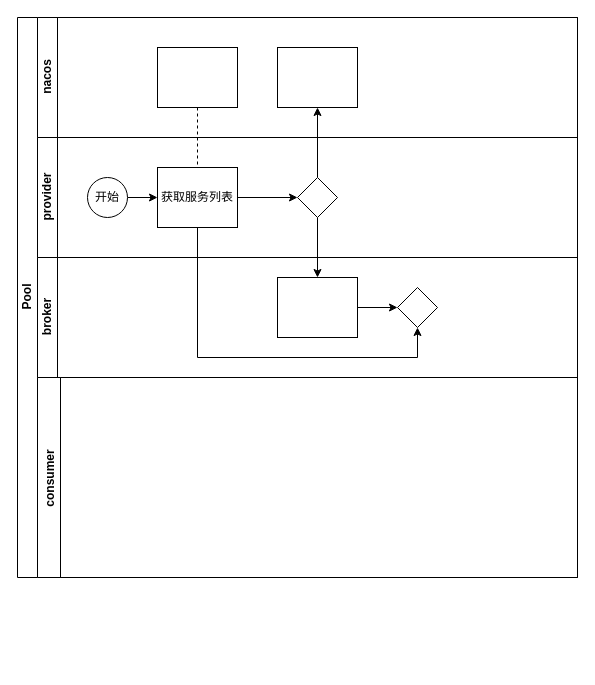
The draw.io diagram econage/未命名绘图.drawio in SoulBiuBiuBiu/Notebook, before the edit. Source tidied: cells renumbered, new cells numbered last; positions are measured from the earlier drawing's top-left corner, leaving out a move shared by most shapes. Both pictures are drawn from the tidied source at 100%, with x=0, y=0 at pixel (17, 17).
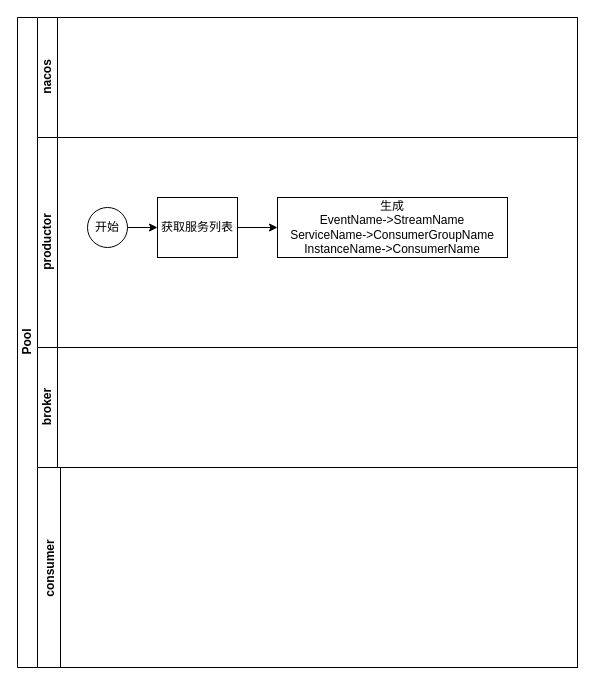
The same diagram, later.

Commit message:
更新未命名绘图.drawio

Unchanged cells that the change refers to:
```xml
<mxCell id="7" value="nacos" style="swimlane;html=1;startSize=20;horizontal=0;" parent="2" vertex="1">
  <mxGeometry x="20" width="540" height="120" as="geometry" />
</mxCell>
```

Diff of the diagram source:
```diff
@@
     <mxCell id="2" value="Pool" style="swimlane;html=1;horizontal=0;startSize=20;" parent="1" vertex="1">
-      <mxGeometry width="560" height="560" as="geometry" />
+      <mxGeometry width="560" height="650" as="geometry" />
     </mxCell>
-    <mxCell id="3" style="edgeStyle=orthogonalEdgeStyle;rounded=0;jettySize=auto;html=1;dashed=1;endArrow=none;endFill=0;" parent="2" edge="1" source="8" target="12">
-      <mxGeometry relative="1" as="geometry" />
-    </mxCell>
-    <mxCell id="4" style="edgeStyle=orthogonalEdgeStyle;rounded=0;jettySize=auto;html=1;endArrow=classic;endFill=1;" parent="2" edge="1" source="13" target="9">
-      <mxGeometry relative="1" as="geometry" />
-    </mxCell>
-    <mxCell id="5" style="edgeStyle=orthogonalEdgeStyle;rounded=0;jettySize=auto;html=1;endArrow=classic;endFill=1;" parent="2" edge="1" source="13" target="18">
-      <mxGeometry relative="1" as="geometry" />
-    </mxCell>
-    <mxCell id="6" style="edgeStyle=orthogonalEdgeStyle;rounded=0;jettySize=auto;html=1;endArrow=classic;endFill=1;" parent="2" edge="1" source="12" target="19">
-      <mxGeometry relative="1" as="geometry">
-        <Array as="points">
-          <mxPoint x="180" y="340" />
-          <mxPoint x="400" y="340" />
-        </Array>
-      </mxGeometry>
-    </mxCell>
@@
-    <mxCell id="8" style="rounded=0;whiteSpace=wrap;html=1;fontFamily=Helvetica;fontSize=12;fontColor=#000000;align=center;" parent="7" vertex="1">
-      <mxGeometry x="120" y="30" width="80" height="60" as="geometry" />
-    </mxCell>
-    <mxCell id="9" style="rounded=0;whiteSpace=wrap;html=1;fontFamily=Helvetica;fontSize=12;fontColor=#000000;align=center;" parent="7" vertex="1">
-      <mxGeometry x="240" y="30" width="80" height="60" as="geometry" />
-    </mxCell>
-    <mxCell id="10" value="provider" style="swimlane;html=1;startSize=20;horizontal=0;" parent="2" vertex="1">
-      <mxGeometry x="20" y="120" width="540" height="120" as="geometry" />
+    <mxCell id="10" value="productor" style="swimlane;html=1;startSize=20;horizontal=0;" parent="2" vertex="1">
+      <mxGeometry x="20" y="120" width="540" height="210" as="geometry" />
     </mxCell>
-    <mxCell id="11" style="edgeStyle=orthogonalEdgeStyle;rounded=0;jettySize=auto;html=1;endArrow=classic;endFill=1;" parent="10" edge="1" source="12" target="13">
-      <mxGeometry relative="1" as="geometry" />
-    </mxCell>
+    <mxCell id="21" style="edgeStyle=orthogonalEdgeStyle;rounded=0;jettySize=auto;html=1;exitX=1;exitY=0.5;exitDx=0;exitDy=0;entryX=0;entryY=0.5;entryDx=0;entryDy=0;" parent="10" edge="1" source="12" target="22">
+      <mxGeometry relative="1" as="geometry" />
+    </mxCell>
     <mxCell id="12" value="获取服务列表" style="rounded=0;whiteSpace=wrap;html=1;fontFamily=Helvetica;fontSize=12;fontColor=#000000;align=center;" parent="10" vertex="1">
-      <mxGeometry x="120" y="30" width="80" height="60" as="geometry" />
+      <mxGeometry x="120" y="60" width="80" height="60" as="geometry" />
     </mxCell>
-    <mxCell id="13" style="rhombus;whiteSpace=wrap;html=1;fontFamily=Helvetica;fontSize=12;fontColor=#000000;align=center;" parent="10" vertex="1">
-      <mxGeometry x="260" y="40" width="40" height="40" as="geometry" />
-    </mxCell>
@@
     <mxCell id="15" value="开始" style="ellipse;whiteSpace=wrap;html=1;" parent="10" vertex="1">
-      <mxGeometry x="50" y="40" width="40" height="40" as="geometry" />
+      <mxGeometry x="50" y="70" width="40" height="40" as="geometry" />
     </mxCell>
+    <mxCell id="22" value="生成&lt;br&gt;EventName-&amp;gt;StreamName&lt;br&gt;ServiceName-&amp;gt;ConsumerGroupName&lt;br&gt;InstanceName-&amp;gt;ConsumerName" style="rounded=0;whiteSpace=wrap;html=1;fontFamily=Helvetica;fontSize=12;fontColor=#000000;align=center;" parent="10" vertex="1">
+      <mxGeometry x="240" y="60" width="230" height="60" as="geometry" />
+    </mxCell>
     <mxCell id="16" value="broker" style="swimlane;html=1;startSize=20;horizontal=0;" parent="2" vertex="1">
-      <mxGeometry x="20" y="240" width="540" height="120" as="geometry" />
+      <mxGeometry x="20" y="330" width="540" height="120" as="geometry" />
     </mxCell>
-    <mxCell id="17" style="edgeStyle=orthogonalEdgeStyle;rounded=0;jettySize=auto;html=1;endArrow=classic;endFill=1;" parent="16" edge="1" source="18" target="19">
-      <mxGeometry relative="1" as="geometry" />
-    </mxCell>
-    <mxCell id="18" style="rounded=0;whiteSpace=wrap;html=1;fontFamily=Helvetica;fontSize=12;fontColor=#000000;align=center;" parent="16" vertex="1">
-      <mxGeometry x="240" y="20" width="80" height="60" as="geometry" />
-    </mxCell>
-    <mxCell id="19" style="rhombus;whiteSpace=wrap;html=1;fontFamily=Helvetica;fontSize=12;fontColor=#000000;align=center;" parent="16" vertex="1">
-      <mxGeometry x="360" y="30" width="40" height="40" as="geometry" />
-    </mxCell>
     <mxCell id="20" value="consumer" style="swimlane;horizontal=0;" parent="2" vertex="1">
-      <mxGeometry x="20" y="360" width="540" height="200" as="geometry" />
+      <mxGeometry x="20" y="450" width="540" height="200" as="geometry" />
     </mxCell>
```
